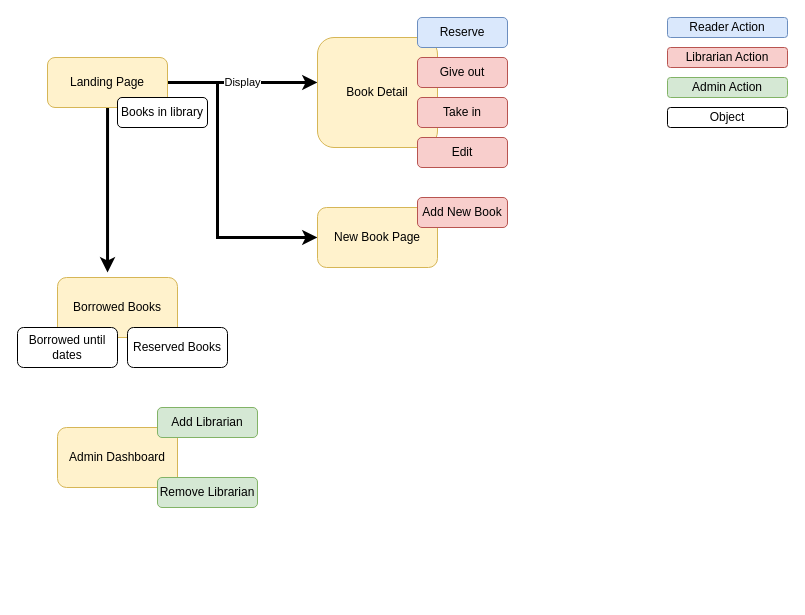
Nesquiko/jibrarian keeps this draw.io diagram as doc/Jibrarian-Navigation.drawio. Above is the earlier version. Source tidied: cells renumbered, new cells numbered last; positions are measured from the earlier drawing's top-left corner, leaving out a move shared by most shapes. Both pictures are drawn from the tidied source at 100%, with x=0, y=0 at pixel (17, 17).
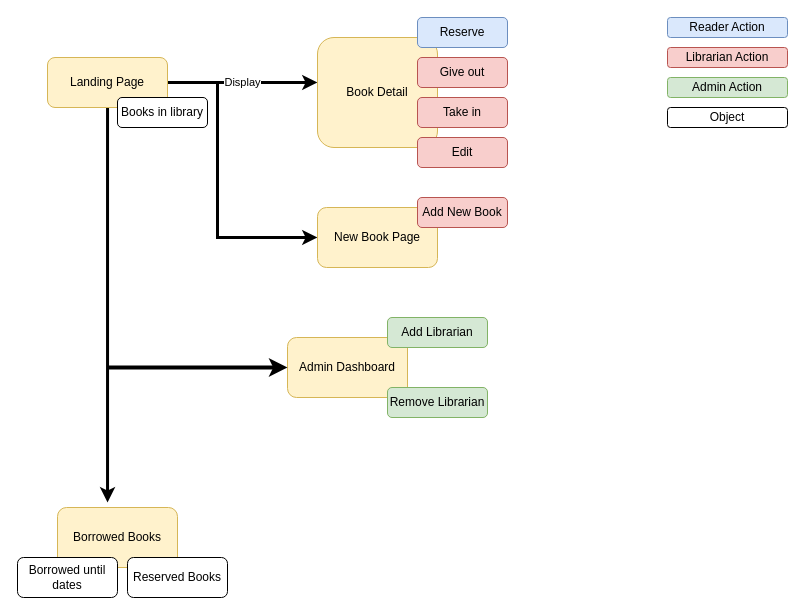
After the change.

The edit, as a diff of the source:
```diff
@@
     <mxCell id="12" value="Borrowed Books" style="rounded=1;whiteSpace=wrap;html=1;fillColor=#fff2cc;strokeColor=#d6b656;" parent="1" vertex="1">
-      <mxGeometry x="40" y="260" width="120" height="60" as="geometry" />
+      <mxGeometry x="40" y="490" width="120" height="60" as="geometry" />
     </mxCell>
     <mxCell id="13" value="Borrowed until&lt;br&gt;dates" style="rounded=1;whiteSpace=wrap;html=1;" parent="1" vertex="1">
-      <mxGeometry y="310" width="100" height="40" as="geometry" />
+      <mxGeometry y="540" width="100" height="40" as="geometry" />
     </mxCell>
     <mxCell id="14" value="Reserved Books" style="rounded=1;whiteSpace=wrap;html=1;" parent="1" vertex="1">
-      <mxGeometry x="110" y="310" width="100" height="40" as="geometry" />
+      <mxGeometry x="110" y="540" width="100" height="40" as="geometry" />
     </mxCell>
@@
     <mxCell id="19" value="Admin Dashboard" style="rounded=1;whiteSpace=wrap;html=1;fillColor=#fff2cc;strokeColor=#d6b656;" parent="1" vertex="1">
-      <mxGeometry x="40" y="410" width="120" height="60" as="geometry" />
+      <mxGeometry x="270" y="320" width="120" height="60" as="geometry" />
     </mxCell>
@@
     <mxCell id="21" value="Add Librarian" style="rounded=1;whiteSpace=wrap;html=1;fillColor=#d5e8d4;strokeColor=#82b366;" parent="1" vertex="1">
-      <mxGeometry x="140" y="390" width="100" height="30" as="geometry" />
+      <mxGeometry x="370" y="300" width="100" height="30" as="geometry" />
     </mxCell>
     <mxCell id="22" value="Remove Librarian" style="rounded=1;whiteSpace=wrap;html=1;fillColor=#d5e8d4;strokeColor=#82b366;" parent="1" vertex="1">
-      <mxGeometry x="140" y="460" width="100" height="30" as="geometry" />
+      <mxGeometry x="370" y="370" width="100" height="30" as="geometry" />
     </mxCell>
@@
+    <mxCell id="24" style="endArrow=classic;html=1;rounded=0;entryX=0;entryY=0.5;entryDx=0;entryDy=0;strokeWidth=4;" parent="1" edge="1" target="19">
+      <mxGeometry relative="1" as="geometry">
+        <mxPoint x="90" y="350" as="sourcePoint" />
+      </mxGeometry>
+    </mxCell>
```
